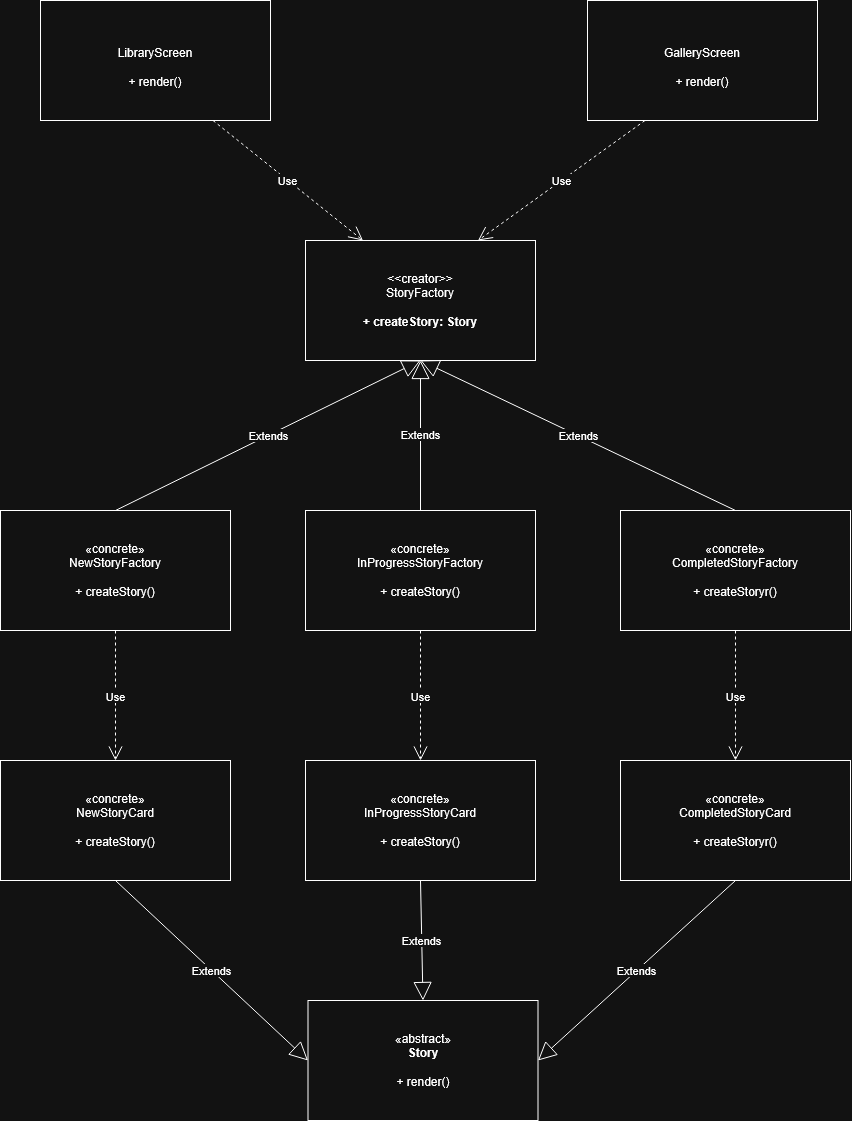
UnBArqDsw2026-1-Turma01/2026.1-T01-G08_MinhaTirinha_Entrega_03 keeps this draw.io diagram as docs/assets/DesignPatternFactory_Story.drawio.png. Above is the earlier version. Source tidied: cells renumbered, new cells last; positions are measured from the earlier drawing's top-left corner, leaving out a move shared by most shapes. The source it was exported from:
```xml
<mxGraphModel>
  <root>
    <mxCell id="0" />
    <mxCell id="1" parent="0" />
    <mxCell id="2" value="«abstract»&lt;br&gt;&lt;b&gt;Story&lt;br&gt;&lt;br&gt;&lt;/b&gt;+ render()" style="html=1;whiteSpace=wrap;" parent="1" vertex="1">
      <mxGeometry x="307.5" y="1000" width="230" height="120" as="geometry" />
    </mxCell>
    <mxCell id="3" value="«concrete»&lt;br&gt;NewStoryFactory&lt;br&gt;&lt;b&gt;&lt;br&gt;&lt;/b&gt;+ createStory()" style="html=1;whiteSpace=wrap;" parent="1" vertex="1">
      <mxGeometry y="510" width="230" height="120" as="geometry" />
    </mxCell>
    <mxCell id="4" value="«concrete»&lt;br&gt;InProgressStoryFactory&lt;br&gt;&lt;b&gt;&lt;br&gt;&lt;/b&gt;+ createStory()" style="html=1;whiteSpace=wrap;" parent="1" vertex="1">
      <mxGeometry x="305" y="510" width="230" height="120" as="geometry" />
    </mxCell>
    <mxCell id="5" value="«concrete»&lt;br&gt;CompletedStoryFactory&lt;br&gt;&lt;b&gt;&lt;br&gt;&lt;/b&gt;+ createStoryr()" style="html=1;whiteSpace=wrap;" parent="1" vertex="1">
      <mxGeometry x="620" y="510" width="230" height="120" as="geometry" />
    </mxCell>
    <mxCell id="6" value="Extends" style="endArrow=block;endSize=16;endFill=0;html=1;rounded=0;entryX=0;entryY=0.5;entryDx=0;entryDy=0;exitX=0.5;exitY=1;exitDx=0;exitDy=0;" parent="1" edge="1" source="14" target="2">
      <mxGeometry relative="1" as="geometry" />
    </mxCell>
    <mxCell id="7" value="Extends" style="endArrow=block;endSize=16;endFill=0;html=1;rounded=0;entryX=0.5;entryY=0;entryDx=0;entryDy=0;exitX=0.5;exitY=1;exitDx=0;exitDy=0;" parent="1" edge="1" source="15" target="2">
      <mxGeometry relative="1" as="geometry" />
    </mxCell>
    <mxCell id="8" value="Extends" style="endArrow=block;endSize=16;endFill=0;html=1;rounded=0;entryX=1;entryY=0.5;entryDx=0;entryDy=0;exitX=0.5;exitY=1;exitDx=0;exitDy=0;" parent="1" edge="1" source="16" target="2">
      <mxGeometry relative="1" as="geometry" />
    </mxCell>
    <mxCell id="9" value="&amp;lt;&amp;lt;creator&amp;gt;&amp;gt;&lt;br&gt;StoryFactory&lt;br&gt;&lt;b&gt;&lt;br&gt;+ createStory: Story&lt;/b&gt;" style="html=1;whiteSpace=wrap;" parent="1" vertex="1">
      <mxGeometry x="305" y="240" width="230" height="120" as="geometry" />
    </mxCell>
    <mxCell id="10" value="&lt;br&gt;GalleryScreen&lt;br&gt;&lt;b&gt;&lt;br&gt;&lt;/b&gt;+ render()" style="html=1;whiteSpace=wrap;" parent="1" vertex="1">
      <mxGeometry x="587" width="230" height="120" as="geometry" />
    </mxCell>
    <mxCell id="11" value="&lt;br&gt;LibraryScreen&lt;b&gt;&lt;br&gt;&lt;br&gt;&lt;/b&gt;+ render()" style="html=1;whiteSpace=wrap;" parent="1" vertex="1">
      <mxGeometry x="40" width="230" height="120" as="geometry" />
    </mxCell>
    <mxCell id="12" value="Use" style="endArrow=open;endSize=12;dashed=1;html=1;rounded=0;exitX=0.75;exitY=1;exitDx=0;exitDy=0;entryX=0.25;entryY=0;entryDx=0;entryDy=0;" parent="1" edge="1" source="11" target="9">
      <mxGeometry relative="1" as="geometry" />
    </mxCell>
    <mxCell id="13" value="Use" style="endArrow=open;endSize=12;dashed=1;html=1;rounded=0;exitX=0.25;exitY=1;exitDx=0;exitDy=0;entryX=0.75;entryY=0;entryDx=0;entryDy=0;" parent="1" edge="1" source="10" target="9">
      <mxGeometry relative="1" as="geometry" />
    </mxCell>
    <mxCell id="14" value="«concrete»&lt;br&gt;NewStoryCard&lt;br&gt;&lt;b&gt;&lt;br&gt;&lt;/b&gt;+ createStory()" style="html=1;whiteSpace=wrap;" parent="1" vertex="1">
      <mxGeometry y="760" width="230" height="120" as="geometry" />
    </mxCell>
    <mxCell id="15" value="«concrete»&lt;br&gt;InProgressStoryCard&lt;br&gt;&lt;b&gt;&lt;br&gt;&lt;/b&gt;+ createStory()" style="html=1;whiteSpace=wrap;" parent="1" vertex="1">
      <mxGeometry x="305" y="760" width="230" height="120" as="geometry" />
    </mxCell>
    <mxCell id="16" value="«concrete»&lt;br&gt;CompletedStoryCard&lt;br&gt;&lt;b&gt;&lt;br&gt;&lt;/b&gt;+ createStoryr()" style="html=1;whiteSpace=wrap;" parent="1" vertex="1">
      <mxGeometry x="620" y="760" width="230" height="120" as="geometry" />
    </mxCell>
    <mxCell id="17" value="Extends" style="endArrow=block;endSize=16;endFill=0;html=1;rounded=0;exitX=0.5;exitY=0;exitDx=0;exitDy=0;entryX=0.5;entryY=1;entryDx=0;entryDy=0;" parent="1" edge="1" source="3" target="9">
      <mxGeometry relative="1" as="geometry" />
    </mxCell>
    <mxCell id="18" value="Extends" style="endArrow=block;endSize=16;endFill=0;html=1;rounded=0;exitX=0.5;exitY=0;exitDx=0;exitDy=0;entryX=0.5;entryY=1;entryDx=0;entryDy=0;" parent="1" edge="1" source="4" target="9">
      <mxGeometry relative="1" as="geometry" />
    </mxCell>
    <mxCell id="19" value="Extends" style="endArrow=block;endSize=16;endFill=0;html=1;rounded=0;exitX=0.5;exitY=0;exitDx=0;exitDy=0;entryX=0.5;entryY=1;entryDx=0;entryDy=0;" parent="1" edge="1" source="5" target="9">
      <mxGeometry relative="1" as="geometry" />
    </mxCell>
    <mxCell id="20" value="Use" style="endArrow=open;endSize=12;dashed=1;html=1;rounded=0;exitX=0.5;exitY=1;exitDx=0;exitDy=0;" parent="1" edge="1" source="3" target="14">
      <mxGeometry relative="1" as="geometry" />
    </mxCell>
    <mxCell id="21" value="Use" style="endArrow=open;endSize=12;dashed=1;html=1;rounded=0;exitX=0.5;exitY=1;exitDx=0;exitDy=0;entryX=0.5;entryY=0;entryDx=0;entryDy=0;" parent="1" edge="1" source="4" target="15">
      <mxGeometry relative="1" as="geometry" />
    </mxCell>
    <mxCell id="22" value="Use" style="endArrow=open;endSize=12;dashed=1;html=1;rounded=0;exitX=0.5;exitY=1;exitDx=0;exitDy=0;entryX=0.5;entryY=0;entryDx=0;entryDy=0;" parent="1" edge="1" source="5" target="16">
      <mxGeometry relative="1" as="geometry" />
    </mxCell>
  </root>
</mxGraphModel>
```
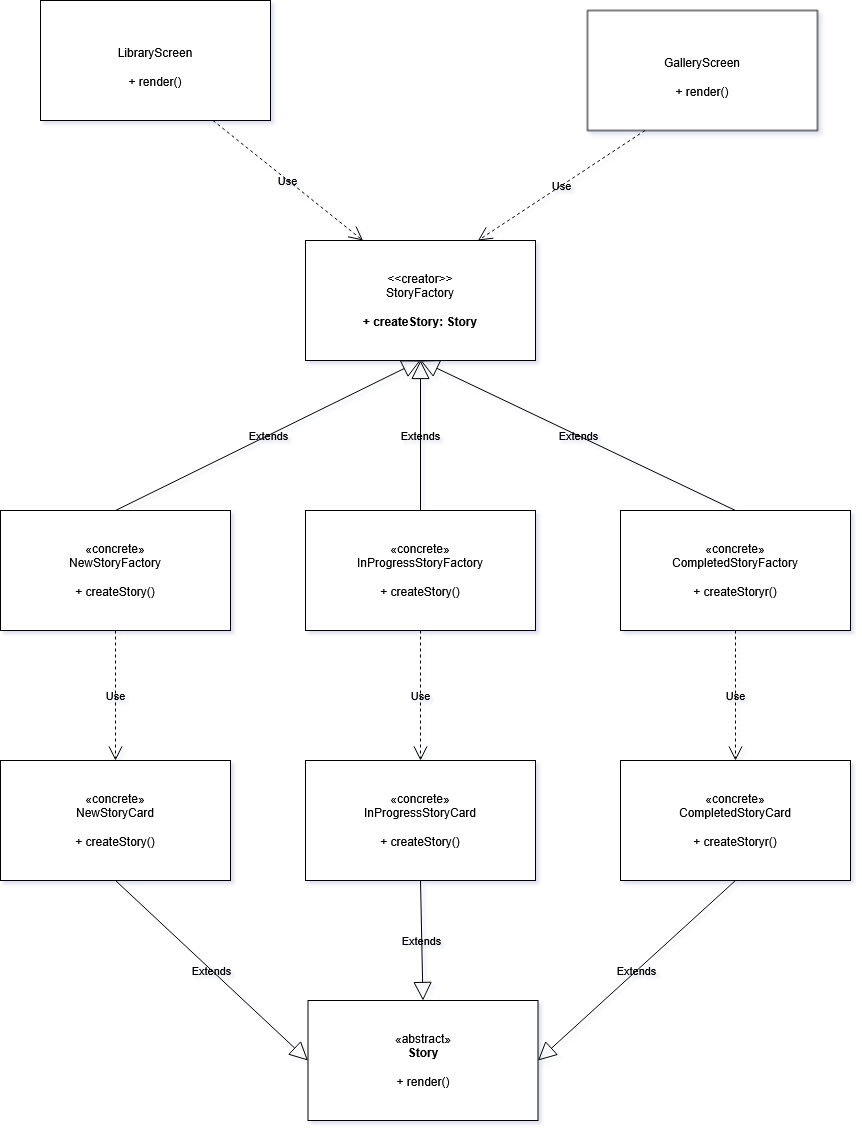
After the change.

The edit, as a diff of the source:
```diff
@@ -1,68 +1,68 @@
-<mxGraphModel>
+<mxGraphModel background="light-dark(#FFFFFF,#FFFFFF)" shadow="1">
   <root>
     <mxCell id="0" />
     <mxCell id="1" parent="0" />
-    <mxCell id="2" value="«abstract»&lt;br&gt;&lt;b&gt;Story&lt;br&gt;&lt;br&gt;&lt;/b&gt;+ render()" style="html=1;whiteSpace=wrap;" parent="1" vertex="1">
+    <mxCell id="2" value="«abstract»&lt;br&gt;&lt;b&gt;Story&lt;br&gt;&lt;br&gt;&lt;/b&gt;+ render()" style="html=1;whiteSpace=wrap;labelBackgroundColor=none;fillColor=light-dark(#F2CC8F,#FFFFFF);strokeColor=light-dark(#E07A5F,#000000);fontColor=light-dark(#393C56,#000000);" parent="1" vertex="1">
       <mxGeometry x="307.5" y="1000" width="230" height="120" as="geometry" />
     </mxCell>
-    <mxCell id="3" value="«concrete»&lt;br&gt;NewStoryFactory&lt;br&gt;&lt;b&gt;&lt;br&gt;&lt;/b&gt;+ createStory()" style="html=1;whiteSpace=wrap;" parent="1" vertex="1">
+    <mxCell id="3" value="«concrete»&lt;br&gt;NewStoryFactory&lt;br&gt;&lt;b&gt;&lt;br&gt;&lt;/b&gt;+ createStory()" style="html=1;whiteSpace=wrap;labelBackgroundColor=none;fillColor=light-dark(#F2CC8F,#FFFFFF);strokeColor=light-dark(#E07A5F,#000000);fontColor=light-dark(#393C56,#000000);" parent="1" vertex="1">
       <mxGeometry y="510" width="230" height="120" as="geometry" />
     </mxCell>
-    <mxCell id="4" value="«concrete»&lt;br&gt;InProgressStoryFactory&lt;br&gt;&lt;b&gt;&lt;br&gt;&lt;/b&gt;+ createStory()" style="html=1;whiteSpace=wrap;" parent="1" vertex="1">
+    <mxCell id="4" value="«concrete»&lt;br&gt;InProgressStoryFactory&lt;br&gt;&lt;b&gt;&lt;br&gt;&lt;/b&gt;+ createStory()" style="html=1;whiteSpace=wrap;labelBackgroundColor=none;fillColor=light-dark(#F2CC8F,#FFFFFF);strokeColor=light-dark(#E07A5F,#000000);fontColor=light-dark(#393C56,#000000);" parent="1" vertex="1">
       <mxGeometry x="305" y="510" width="230" height="120" as="geometry" />
     </mxCell>
-    <mxCell id="5" value="«concrete»&lt;br&gt;CompletedStoryFactory&lt;br&gt;&lt;b&gt;&lt;br&gt;&lt;/b&gt;+ createStoryr()" style="html=1;whiteSpace=wrap;" parent="1" vertex="1">
+    <mxCell id="5" value="«concrete»&lt;br&gt;CompletedStoryFactory&lt;br&gt;&lt;b&gt;&lt;br&gt;&lt;/b&gt;+ createStoryr()" style="html=1;whiteSpace=wrap;labelBackgroundColor=none;fillColor=light-dark(#F2CC8F,#FFFFFF);strokeColor=light-dark(#E07A5F,#000000);fontColor=light-dark(#393C56,#000000);" parent="1" vertex="1">
       <mxGeometry x="620" y="510" width="230" height="120" as="geometry" />
     </mxCell>
-    <mxCell id="6" value="Extends" style="endArrow=block;endSize=16;endFill=0;html=1;rounded=0;entryX=0;entryY=0.5;entryDx=0;entryDy=0;exitX=0.5;exitY=1;exitDx=0;exitDy=0;" parent="1" edge="1" source="14" target="2">
+    <mxCell id="6" value="Extends" style="endArrow=block;endSize=16;endFill=0;html=1;rounded=0;entryX=0;entryY=0.5;entryDx=0;entryDy=0;exitX=0.5;exitY=1;exitDx=0;exitDy=0;labelBackgroundColor=none;fontColor=light-dark(#000000,#000000);strokeColor=light-dark(#E07A5F,#000000);" parent="1" edge="1" source="14" target="2">
       <mxGeometry relative="1" as="geometry" />
     </mxCell>
-    <mxCell id="7" value="Extends" style="endArrow=block;endSize=16;endFill=0;html=1;rounded=0;entryX=0.5;entryY=0;entryDx=0;entryDy=0;exitX=0.5;exitY=1;exitDx=0;exitDy=0;" parent="1" edge="1" source="15" target="2">
+    <mxCell id="7" value="Extends" style="endArrow=block;endSize=16;endFill=0;html=1;rounded=0;entryX=0.5;entryY=0;entryDx=0;entryDy=0;exitX=0.5;exitY=1;exitDx=0;exitDy=0;labelBackgroundColor=none;fontColor=light-dark(#000000,#000000);strokeColor=light-dark(#E07A5F,#000000);" parent="1" edge="1" source="15" target="2">
       <mxGeometry relative="1" as="geometry" />
     </mxCell>
-    <mxCell id="8" value="Extends" style="endArrow=block;endSize=16;endFill=0;html=1;rounded=0;entryX=1;entryY=0.5;entryDx=0;entryDy=0;exitX=0.5;exitY=1;exitDx=0;exitDy=0;" parent="1" edge="1" source="16" target="2">
+    <mxCell id="8" value="Extends" style="endArrow=block;endSize=16;endFill=0;html=1;rounded=0;entryX=1;entryY=0.5;entryDx=0;entryDy=0;exitX=0.5;exitY=1;exitDx=0;exitDy=0;labelBackgroundColor=none;fontColor=light-dark(#000000,#000000);strokeColor=light-dark(#E07A5F,#000000);" parent="1" edge="1" source="16" target="2">
       <mxGeometry relative="1" as="geometry" />
     </mxCell>
-    <mxCell id="9" value="&amp;lt;&amp;lt;creator&amp;gt;&amp;gt;&lt;br&gt;StoryFactory&lt;br&gt;&lt;b&gt;&lt;br&gt;+ createStory: Story&lt;/b&gt;" style="html=1;whiteSpace=wrap;" parent="1" vertex="1">
+    <mxCell id="9" value="&amp;lt;&amp;lt;creator&amp;gt;&amp;gt;&lt;br&gt;StoryFactory&lt;br&gt;&lt;b&gt;&lt;br&gt;+ createStory: Story&lt;/b&gt;" style="html=1;whiteSpace=wrap;labelBackgroundColor=none;fillColor=light-dark(#F2CC8F,#FFFFFF);strokeColor=light-dark(#E07A5F,#000000);fontColor=light-dark(#393C56,#000000);" parent="1" vertex="1">
       <mxGeometry x="305" y="240" width="230" height="120" as="geometry" />
     </mxCell>
-    <mxCell id="10" value="&lt;br&gt;GalleryScreen&lt;br&gt;&lt;b&gt;&lt;br&gt;&lt;/b&gt;+ render()" style="html=1;whiteSpace=wrap;" parent="1" vertex="1">
-      <mxGeometry x="587" width="230" height="120" as="geometry" />
+    <mxCell id="10" value="&lt;br&gt;GalleryScreen&lt;br&gt;&lt;b&gt;&lt;br&gt;&lt;/b&gt;+ render()" style="html=1;whiteSpace=wrap;labelBackgroundColor=none;fontColor=light-dark(#000000,#000000);rounded=0;shadow=1;glass=0;fillColor=light-dark(#FFFFFF,#FFFFFF);strokeWidth=1;strokeColor=light-dark(#000000,#000000);" parent="1" vertex="1">
+      <mxGeometry x="587" y="10" width="230" height="120" as="geometry" />
     </mxCell>
-    <mxCell id="11" value="&lt;br&gt;LibraryScreen&lt;b&gt;&lt;br&gt;&lt;br&gt;&lt;/b&gt;+ render()" style="html=1;whiteSpace=wrap;" parent="1" vertex="1">
+    <mxCell id="11" value="&lt;br&gt;LibraryScreen&lt;b&gt;&lt;br&gt;&lt;br&gt;&lt;/b&gt;+ render()" style="html=1;whiteSpace=wrap;labelBackgroundColor=none;fillColor=light-dark(#F2CC8F,#FFFFFF);strokeColor=light-dark(#E07A5F, #000000);fontColor=light-dark(#393C56,#000000);" parent="1" vertex="1">
       <mxGeometry x="40" width="230" height="120" as="geometry" />
     </mxCell>
-    <mxCell id="12" value="Use" style="endArrow=open;endSize=12;dashed=1;html=1;rounded=0;exitX=0.75;exitY=1;exitDx=0;exitDy=0;entryX=0.25;entryY=0;entryDx=0;entryDy=0;" parent="1" edge="1" source="11" target="9">
+    <mxCell id="12" value="Use" style="endArrow=open;endSize=12;dashed=1;html=1;rounded=0;exitX=0.75;exitY=1;exitDx=0;exitDy=0;entryX=0.25;entryY=0;entryDx=0;entryDy=0;labelBackgroundColor=none;fontColor=light-dark(#000000,#000000);strokeColor=light-dark(#E07A5F,#000000);" parent="1" edge="1" source="11" target="9">
       <mxGeometry relative="1" as="geometry" />
     </mxCell>
-    <mxCell id="13" value="Use" style="endArrow=open;endSize=12;dashed=1;html=1;rounded=0;exitX=0.25;exitY=1;exitDx=0;exitDy=0;entryX=0.75;entryY=0;entryDx=0;entryDy=0;" parent="1" edge="1" source="10" target="9">
+    <mxCell id="13" value="Use" style="endArrow=open;endSize=12;dashed=1;html=1;rounded=0;exitX=0.25;exitY=1;exitDx=0;exitDy=0;entryX=0.75;entryY=0;entryDx=0;entryDy=0;labelBackgroundColor=none;fontColor=light-dark(#000000,#000000);strokeColor=light-dark(#E07A5F,#000000);" parent="1" edge="1" source="10" target="9">
       <mxGeometry relative="1" as="geometry" />
     </mxCell>
-    <mxCell id="14" value="«concrete»&lt;br&gt;NewStoryCard&lt;br&gt;&lt;b&gt;&lt;br&gt;&lt;/b&gt;+ createStory()" style="html=1;whiteSpace=wrap;" parent="1" vertex="1">
+    <mxCell id="14" value="«concrete»&lt;br&gt;NewStoryCard&lt;br&gt;&lt;b&gt;&lt;br&gt;&lt;/b&gt;+ createStory()" style="html=1;whiteSpace=wrap;labelBackgroundColor=none;fillColor=light-dark(#F2CC8F,#FFFFFF);strokeColor=light-dark(#E07A5F,#000000);fontColor=light-dark(#393C56,#000000);" parent="1" vertex="1">
       <mxGeometry y="760" width="230" height="120" as="geometry" />
     </mxCell>
-    <mxCell id="15" value="«concrete»&lt;br&gt;InProgressStoryCard&lt;br&gt;&lt;b&gt;&lt;br&gt;&lt;/b&gt;+ createStory()" style="html=1;whiteSpace=wrap;" parent="1" vertex="1">
+    <mxCell id="15" value="«concrete»&lt;br&gt;InProgressStoryCard&lt;br&gt;&lt;b&gt;&lt;br&gt;&lt;/b&gt;+ createStory()" style="html=1;whiteSpace=wrap;labelBackgroundColor=none;fillColor=light-dark(#F2CC8F,#FFFFFF);strokeColor=light-dark(#E07A5F,#000000);fontColor=light-dark(#393C56,#000000);" parent="1" vertex="1">
       <mxGeometry x="305" y="760" width="230" height="120" as="geometry" />
     </mxCell>
-    <mxCell id="16" value="«concrete»&lt;br&gt;CompletedStoryCard&lt;br&gt;&lt;b&gt;&lt;br&gt;&lt;/b&gt;+ createStoryr()" style="html=1;whiteSpace=wrap;" parent="1" vertex="1">
+    <mxCell id="16" value="«concrete»&lt;br&gt;CompletedStoryCard&lt;br&gt;&lt;b&gt;&lt;br&gt;&lt;/b&gt;+ createStoryr()" style="html=1;whiteSpace=wrap;labelBackgroundColor=none;fillColor=light-dark(#F2CC8F,#FFFFFF);strokeColor=light-dark(#E07A5F,#000000);fontColor=light-dark(#393C56,#000000);" parent="1" vertex="1">
       <mxGeometry x="620" y="760" width="230" height="120" as="geometry" />
     </mxCell>
-    <mxCell id="17" value="Extends" style="endArrow=block;endSize=16;endFill=0;html=1;rounded=0;exitX=0.5;exitY=0;exitDx=0;exitDy=0;entryX=0.5;entryY=1;entryDx=0;entryDy=0;" parent="1" edge="1" source="3" target="9">
+    <mxCell id="17" value="Extends" style="endArrow=block;endSize=16;endFill=0;html=1;rounded=0;exitX=0.5;exitY=0;exitDx=0;exitDy=0;entryX=0.5;entryY=1;entryDx=0;entryDy=0;labelBackgroundColor=none;fontColor=light-dark(#000000,#000000);strokeColor=light-dark(#E07A5F,#000000);" parent="1" edge="1" source="3" target="9">
       <mxGeometry relative="1" as="geometry" />
     </mxCell>
-    <mxCell id="18" value="Extends" style="endArrow=block;endSize=16;endFill=0;html=1;rounded=0;exitX=0.5;exitY=0;exitDx=0;exitDy=0;entryX=0.5;entryY=1;entryDx=0;entryDy=0;" parent="1" edge="1" source="4" target="9">
+    <mxCell id="18" value="Extends" style="endArrow=block;endSize=16;endFill=0;html=1;rounded=0;exitX=0.5;exitY=0;exitDx=0;exitDy=0;entryX=0.5;entryY=1;entryDx=0;entryDy=0;labelBackgroundColor=none;fontColor=light-dark(#000000,#000000);strokeColor=light-dark(#E07A5F,#000000);" parent="1" edge="1" source="4" target="9">
       <mxGeometry relative="1" as="geometry" />
     </mxCell>
-    <mxCell id="19" value="Extends" style="endArrow=block;endSize=16;endFill=0;html=1;rounded=0;exitX=0.5;exitY=0;exitDx=0;exitDy=0;entryX=0.5;entryY=1;entryDx=0;entryDy=0;" parent="1" edge="1" source="5" target="9">
+    <mxCell id="19" value="Extends" style="endArrow=block;endSize=16;endFill=0;html=1;rounded=0;exitX=0.5;exitY=0;exitDx=0;exitDy=0;entryX=0.5;entryY=1;entryDx=0;entryDy=0;labelBackgroundColor=none;fontColor=light-dark(#000000,#000000);strokeColor=light-dark(#E07A5F,#000000);" parent="1" edge="1" source="5" target="9">
       <mxGeometry relative="1" as="geometry" />
     </mxCell>
-    <mxCell id="20" value="Use" style="endArrow=open;endSize=12;dashed=1;html=1;rounded=0;exitX=0.5;exitY=1;exitDx=0;exitDy=0;" parent="1" edge="1" source="3" target="14">
+    <mxCell id="20" value="Use" style="endArrow=open;endSize=12;dashed=1;html=1;rounded=0;exitX=0.5;exitY=1;exitDx=0;exitDy=0;labelBackgroundColor=none;fontColor=light-dark(#000000,#000000);strokeColor=light-dark(#E07A5F,#000000);" parent="1" edge="1" source="3" target="14">
       <mxGeometry relative="1" as="geometry" />
     </mxCell>
-    <mxCell id="21" value="Use" style="endArrow=open;endSize=12;dashed=1;html=1;rounded=0;exitX=0.5;exitY=1;exitDx=0;exitDy=0;entryX=0.5;entryY=0;entryDx=0;entryDy=0;" parent="1" edge="1" source="4" target="15">
+    <mxCell id="21" value="Use" style="endArrow=open;endSize=12;dashed=1;html=1;rounded=0;exitX=0.5;exitY=1;exitDx=0;exitDy=0;entryX=0.5;entryY=0;entryDx=0;entryDy=0;labelBackgroundColor=none;fontColor=light-dark(#000000,#000000);strokeColor=light-dark(#E07A5F,#000000);" parent="1" edge="1" source="4" target="15">
       <mxGeometry relative="1" as="geometry" />
     </mxCell>
-    <mxCell id="22" value="Use" style="endArrow=open;endSize=12;dashed=1;html=1;rounded=0;exitX=0.5;exitY=1;exitDx=0;exitDy=0;entryX=0.5;entryY=0;entryDx=0;entryDy=0;" parent="1" edge="1" source="5" target="16">
+    <mxCell id="22" value="Use" style="endArrow=open;endSize=12;dashed=1;html=1;rounded=0;exitX=0.5;exitY=1;exitDx=0;exitDy=0;entryX=0.5;entryY=0;entryDx=0;entryDy=0;labelBackgroundColor=none;fontColor=light-dark(#000000,#000000);strokeColor=light-dark(#E07A5F,#000000);" parent="1" edge="1" source="5" target="16">
       <mxGeometry relative="1" as="geometry" />
     </mxCell>
   </root>
```
